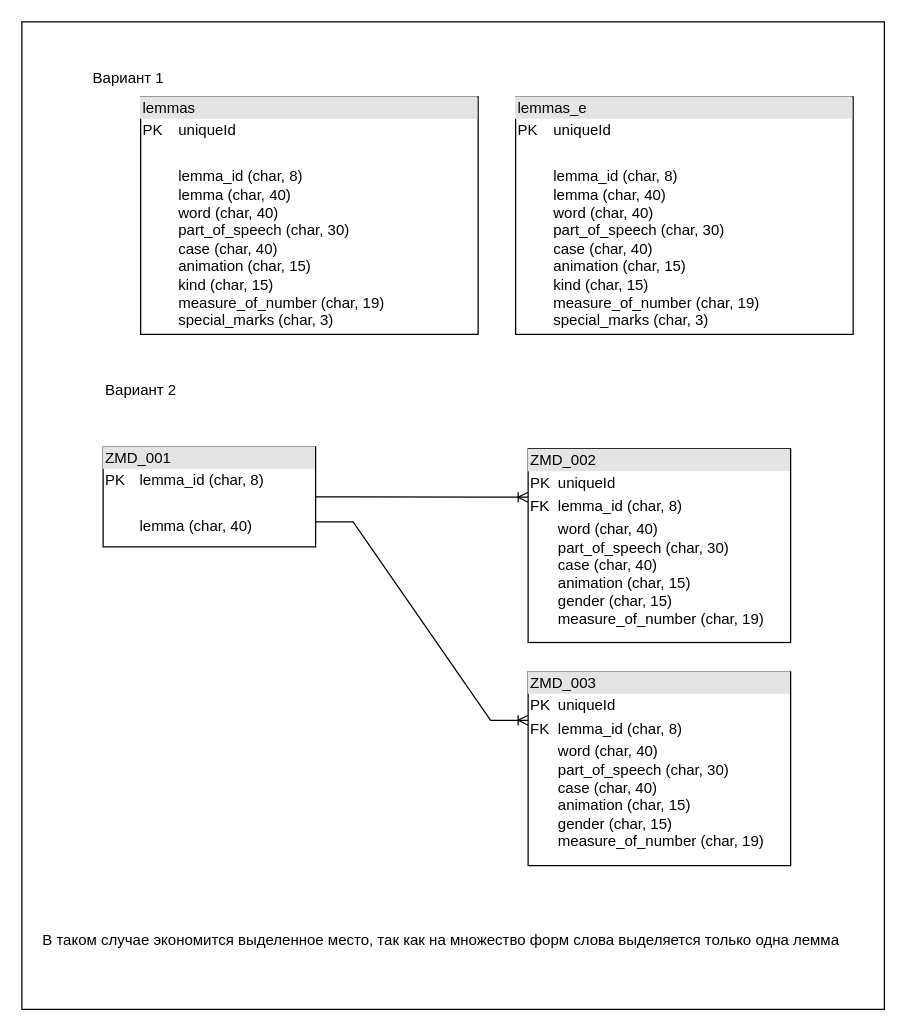
This is Schema_Table.drawio from vdhudenkih/Diagrams, a draw.io file, before an edit. Source tidied: cells renumbered, new cells numbered last; positions are measured from the earlier drawing's top-left corner, leaving out a move shared by most shapes. Both pictures are drawn from the tidied source at 125%, with x=0, y=0 at pixel (21, 21).
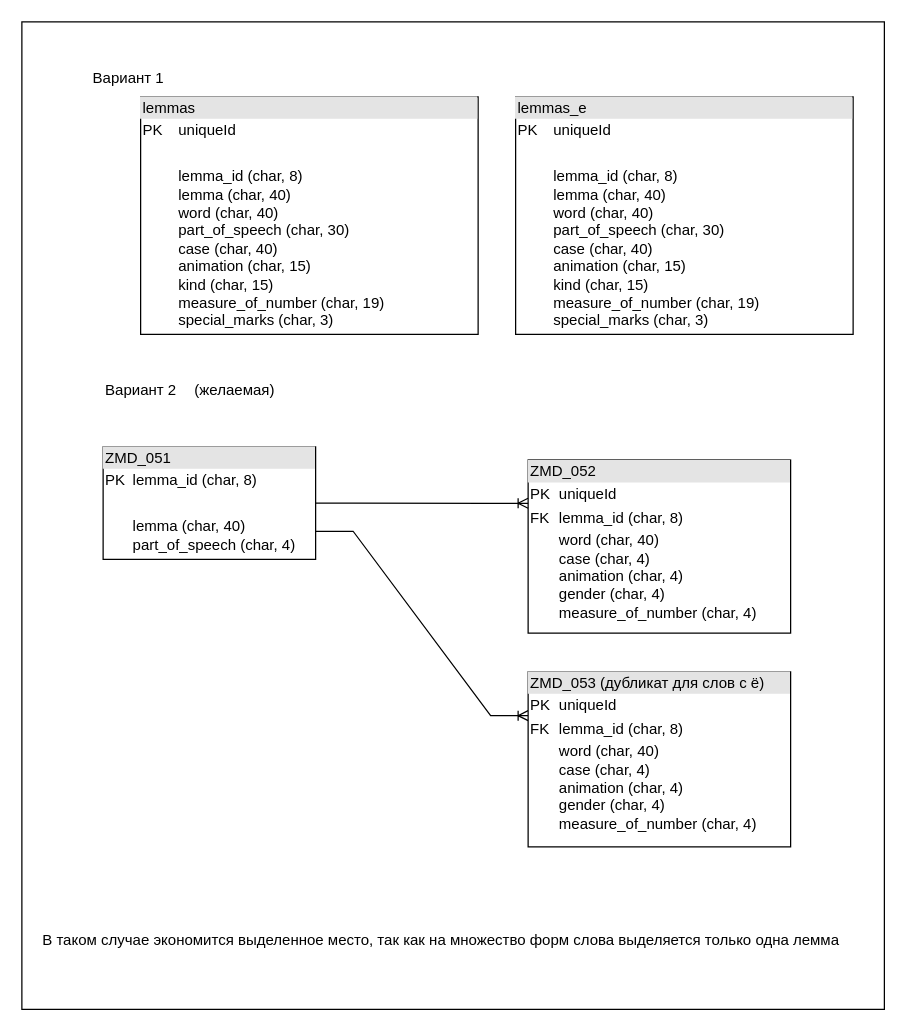
Above is the later version.

Change to the diagram source:
```diff
@@
 <mxGraphModel>
   <root>
     <mxCell id="0" />
     <mxCell id="1" parent="0" />
     <mxCell id="2" style="rounded=0;whiteSpace=wrap;html=1;" parent="1" vertex="1">
       <mxGeometry width="690" height="790" as="geometry" />
     </mxCell>
     <mxCell id="3" value="&lt;div style=&quot;box-sizing: border-box; width: 100%; background: rgb(228, 228, 228); padding: 2px;&quot;&gt;lemmas&lt;/div&gt;&lt;table style=&quot;width:100%;font-size:1em;&quot; cellpadding=&quot;2&quot; cellspacing=&quot;0&quot;&gt;&lt;tbody&gt;&lt;tr&gt;&lt;td&gt;PK&lt;/td&gt;&lt;td&gt;uniqueId&amp;nbsp;&lt;/td&gt;&lt;/tr&gt;&lt;tr&gt;&lt;td&gt;&lt;br&gt;&lt;/td&gt;&lt;td&gt;&lt;br&gt;&lt;/td&gt;&lt;/tr&gt;&lt;tr&gt;&lt;td&gt;&lt;/td&gt;&lt;td&gt;lemma_id (char, 8)&lt;br&gt;lemma (char, 40)&lt;br&gt;word (char, 40)&lt;br&gt;part_of_speech (char, 30)&lt;br&gt;case (char, 40)&lt;br&gt;animation (char, 15)&lt;br&gt;kind (char, 15)&lt;br&gt;measure_of_number (char, 19)&lt;br&gt;special_marks (char, 3)&lt;/td&gt;&lt;/tr&gt;&lt;/tbody&gt;&lt;/table&gt;" style="verticalAlign=top;align=left;overflow=fill;html=1;whiteSpace=wrap;" parent="1" vertex="1">
       <mxGeometry x="95" y="60" width="270" height="190" as="geometry" />
     </mxCell>
     <mxCell id="4" style="shape=tableRow;horizontal=0;startSize=0;swimlaneHead=0;swimlaneBody=0;fillColor=none;top=0;left=0;right=0;bottom=0;" parent="1" vertex="1">
       <mxGeometry x="125" y="490" width="180" height="35" as="geometry" />
     </mxCell>
     <mxCell id="5" style="shape=partialRectangle;fillColor=none;top=0;left=0;bottom=0;right=0;overflow=hidden;whiteSpace=wrap;html=1;" parent="4" vertex="1">
       <mxGeometry width="30" height="35" as="geometry" />
     </mxCell>
     <mxCell id="6" value="Вариант 1" style="text;html=1;align=center;verticalAlign=middle;strokeColor=none;fillColor=none;" parent="1" vertex="1">
       <mxGeometry x="45" y="30" width="80" height="30" as="geometry" />
     </mxCell>
     <mxCell id="7" value="Вариант 2" style="text;html=1;align=center;verticalAlign=middle;strokeColor=none;fillColor=none;" parent="1" vertex="1">
       <mxGeometry x="55" y="280" width="80" height="30" as="geometry" />
     </mxCell>
-    <mxCell id="8" value="&lt;div style=&quot;box-sizing: border-box; width: 100%; background: rgb(228, 228, 228); padding: 2px;&quot;&gt;ZMD_002&lt;/div&gt;&lt;table style=&quot;width:100%;font-size:1em;&quot; cellpadding=&quot;2&quot; cellspacing=&quot;0&quot;&gt;&lt;tbody&gt;&lt;tr&gt;&lt;td&gt;PK&lt;/td&gt;&lt;td&gt;uniqueId&amp;nbsp;&lt;/td&gt;&lt;/tr&gt;&lt;tr&gt;&lt;td&gt;FK&lt;/td&gt;&lt;td&gt;lemma_id (char, 8)&lt;/td&gt;&lt;/tr&gt;&lt;tr&gt;&lt;td&gt;&lt;/td&gt;&lt;td&gt;word (char, 40)&lt;br&gt;part_of_speech (char, 30)&lt;br&gt;case (char, 40)&lt;br&gt;animation (char, 15)&lt;br&gt;gender (char, 15)&lt;br&gt;measure_of_number (char, 19)&lt;br&gt;&lt;/td&gt;&lt;/tr&gt;&lt;/tbody&gt;&lt;/table&gt;" style="verticalAlign=top;align=left;overflow=fill;html=1;whiteSpace=wrap;" parent="1" vertex="1">
-      <mxGeometry x="405" y="341.5" width="210" height="155" as="geometry" />
+    <mxCell id="8" value="&lt;div style=&quot;box-sizing: border-box; width: 100%; background: rgb(228, 228, 228); padding: 2px;&quot;&gt;ZMD_052&lt;/div&gt;&lt;table style=&quot;width:100%;font-size:1em;&quot; cellpadding=&quot;2&quot; cellspacing=&quot;0&quot;&gt;&lt;tbody&gt;&lt;tr&gt;&lt;td&gt;PK&lt;/td&gt;&lt;td&gt;uniqueId&amp;nbsp;&lt;/td&gt;&lt;/tr&gt;&lt;tr&gt;&lt;td&gt;FK&lt;/td&gt;&lt;td&gt;lemma_id (char, 8)&lt;/td&gt;&lt;/tr&gt;&lt;tr&gt;&lt;td&gt;&lt;/td&gt;&lt;td&gt;word (char, 40)&lt;br&gt;case (char, 4)&lt;br&gt;animation (char, 4)&lt;br&gt;gender (char, 4)&lt;br&gt;measure_of_number (char, 4)&lt;br&gt;&lt;/td&gt;&lt;/tr&gt;&lt;/tbody&gt;&lt;/table&gt;" style="verticalAlign=top;align=left;overflow=fill;html=1;whiteSpace=wrap;" parent="1" vertex="1">
+      <mxGeometry x="405" y="350.5" width="210" height="138.5" as="geometry" />
     </mxCell>
-    <mxCell id="9" value="&lt;div style=&quot;box-sizing: border-box; width: 100%; background: rgb(228, 228, 228); padding: 2px;&quot;&gt;ZMD_001&lt;/div&gt;&lt;table style=&quot;width:100%;font-size:1em;&quot; cellpadding=&quot;2&quot; cellspacing=&quot;0&quot;&gt;&lt;tbody&gt;&lt;tr&gt;&lt;td&gt;PK&lt;/td&gt;&lt;td&gt;lemma_id (char, 8)&lt;/td&gt;&lt;/tr&gt;&lt;tr&gt;&lt;td&gt;&lt;br&gt;&lt;/td&gt;&lt;td&gt;&lt;br&gt;&lt;/td&gt;&lt;/tr&gt;&lt;tr&gt;&lt;td&gt;&lt;/td&gt;&lt;td&gt;lemma (char, 40)&lt;br&gt;&lt;/td&gt;&lt;/tr&gt;&lt;/tbody&gt;&lt;/table&gt;" style="verticalAlign=top;align=left;overflow=fill;html=1;whiteSpace=wrap;" parent="1" vertex="1">
-      <mxGeometry x="65" y="340" width="170" height="80" as="geometry" />
+    <mxCell id="9" value="&lt;div style=&quot;box-sizing: border-box; width: 100%; background: rgb(228, 228, 228); padding: 2px;&quot;&gt;ZMD_051&lt;/div&gt;&lt;table style=&quot;width:100%;font-size:1em;&quot; cellpadding=&quot;2&quot; cellspacing=&quot;0&quot;&gt;&lt;tbody&gt;&lt;tr&gt;&lt;td&gt;PK&lt;/td&gt;&lt;td&gt;lemma_id (char, 8)&lt;/td&gt;&lt;/tr&gt;&lt;tr&gt;&lt;td&gt;&lt;br&gt;&lt;/td&gt;&lt;td&gt;&lt;br&gt;&lt;/td&gt;&lt;/tr&gt;&lt;tr&gt;&lt;td&gt;&lt;/td&gt;&lt;td&gt;lemma (char, 40)&lt;br&gt;part_of_speech (char, 4)&lt;/td&gt;&lt;/tr&gt;&lt;/tbody&gt;&lt;/table&gt;" style="verticalAlign=top;align=left;overflow=fill;html=1;whiteSpace=wrap;" parent="1" vertex="1">
+      <mxGeometry x="65" y="340" width="170" height="90" as="geometry" />
     </mxCell>
     <mxCell id="10" style="edgeStyle=entityRelationEdgeStyle;fontSize=12;html=1;endArrow=ERoneToMany;rounded=0;exitX=1;exitY=0.5;exitDx=0;exitDy=0;entryX=0;entryY=0.25;entryDx=0;entryDy=0;" parent="1" edge="1" source="9" target="8">
       <mxGeometry relative="1" as="geometry" />
     </mxCell>
     <mxCell id="11" value="В таком случае экономится выделенное место, так как на множество форм слова выделяется только одна лемма" style="text;html=1;align=center;verticalAlign=middle;strokeColor=none;fillColor=none;" parent="1" vertex="1">
       <mxGeometry x="5" y="720" width="660" height="30" as="geometry" />
     </mxCell>
-    <mxCell id="12" value="&lt;div style=&quot;box-sizing: border-box; width: 100%; background: rgb(228, 228, 228); padding: 2px;&quot;&gt;ZMD_003&lt;/div&gt;&lt;table style=&quot;width:100%;font-size:1em;&quot; cellpadding=&quot;2&quot; cellspacing=&quot;0&quot;&gt;&lt;tbody&gt;&lt;tr&gt;&lt;td&gt;PK&lt;/td&gt;&lt;td&gt;uniqueId&amp;nbsp;&lt;/td&gt;&lt;/tr&gt;&lt;tr&gt;&lt;td&gt;FK&lt;/td&gt;&lt;td&gt;lemma_id (char, 8)&lt;/td&gt;&lt;/tr&gt;&lt;tr&gt;&lt;td&gt;&lt;/td&gt;&lt;td&gt;word (char, 40)&lt;br&gt;part_of_speech (char, 30)&lt;br&gt;case (char, 40)&lt;br&gt;animation (char, 15)&lt;br&gt;gender (char, 15)&lt;br&gt;measure_of_number (char, 19)&lt;br&gt;&lt;/td&gt;&lt;/tr&gt;&lt;/tbody&gt;&lt;/table&gt;" style="verticalAlign=top;align=left;overflow=fill;html=1;whiteSpace=wrap;" parent="1" vertex="1">
-      <mxGeometry x="405" y="520" width="210" height="155" as="geometry" />
-    </mxCell>
-    <mxCell id="13" style="edgeStyle=entityRelationEdgeStyle;fontSize=12;html=1;endArrow=ERoneToMany;rounded=0;exitX=1;exitY=0.75;exitDx=0;exitDy=0;entryX=0;entryY=0.25;entryDx=0;entryDy=0;" parent="1" edge="1" source="9" target="12">
+    <mxCell id="13" style="edgeStyle=entityRelationEdgeStyle;fontSize=12;html=1;endArrow=ERoneToMany;rounded=0;exitX=1;exitY=0.75;exitDx=0;exitDy=0;entryX=0;entryY=0.25;entryDx=0;entryDy=0;" parent="1" edge="1" source="9" target="16">
       <mxGeometry relative="1" as="geometry" />
     </mxCell>
     <mxCell id="14" value="&lt;div style=&quot;box-sizing: border-box; width: 100%; background: rgb(228, 228, 228); padding: 2px;&quot;&gt;lemmas_e&lt;/div&gt;&lt;table style=&quot;width:100%;font-size:1em;&quot; cellpadding=&quot;2&quot; cellspacing=&quot;0&quot;&gt;&lt;tbody&gt;&lt;tr&gt;&lt;td&gt;PK&lt;/td&gt;&lt;td&gt;uniqueId&amp;nbsp;&lt;/td&gt;&lt;/tr&gt;&lt;tr&gt;&lt;td&gt;&lt;br&gt;&lt;/td&gt;&lt;td&gt;&lt;br&gt;&lt;/td&gt;&lt;/tr&gt;&lt;tr&gt;&lt;td&gt;&lt;/td&gt;&lt;td&gt;lemma_id (char, 8)&lt;br&gt;lemma (char, 40)&lt;br&gt;word (char, 40)&lt;br&gt;part_of_speech (char, 30)&lt;br&gt;case (char, 40)&lt;br&gt;animation (char, 15)&lt;br&gt;kind (char, 15)&lt;br&gt;measure_of_number (char, 19)&lt;br&gt;special_marks (char, 3)&lt;/td&gt;&lt;/tr&gt;&lt;/tbody&gt;&lt;/table&gt;" style="verticalAlign=top;align=left;overflow=fill;html=1;whiteSpace=wrap;" parent="1" vertex="1">
       <mxGeometry x="395" y="60" width="270" height="190" as="geometry" />
     </mxCell>
+    <mxCell id="15" value="(желаемая)" style="text;html=1;align=center;verticalAlign=middle;strokeColor=none;fillColor=none;" parent="1" vertex="1">
+      <mxGeometry x="125" y="280" width="90" height="30" as="geometry" />
+    </mxCell>
+    <mxCell id="16" value="&lt;div style=&quot;box-sizing: border-box; width: 100%; background: rgb(228, 228, 228); padding: 2px;&quot;&gt;ZMD_053 (дубликат для слов с ё)&lt;/div&gt;&lt;table style=&quot;width:100%;font-size:1em;&quot; cellpadding=&quot;2&quot; cellspacing=&quot;0&quot;&gt;&lt;tbody&gt;&lt;tr&gt;&lt;td&gt;PK&lt;/td&gt;&lt;td&gt;uniqueId&amp;nbsp;&lt;/td&gt;&lt;/tr&gt;&lt;tr&gt;&lt;td&gt;FK&lt;/td&gt;&lt;td&gt;lemma_id (char, 8)&lt;/td&gt;&lt;/tr&gt;&lt;tr&gt;&lt;td&gt;&lt;/td&gt;&lt;td&gt;word (char, 40)&lt;br&gt;case (char, 4)&lt;br&gt;animation (char, 4)&lt;br&gt;gender (char, 4)&lt;br&gt;measure_of_number (char, 4)&lt;br&gt;&lt;/td&gt;&lt;/tr&gt;&lt;/tbody&gt;&lt;/table&gt;" style="verticalAlign=top;align=left;overflow=fill;html=1;whiteSpace=wrap;" parent="1" vertex="1">
+      <mxGeometry x="405" y="520" width="210" height="140" as="geometry" />
+    </mxCell>
   </root>
 </mxGraphModel>
```
